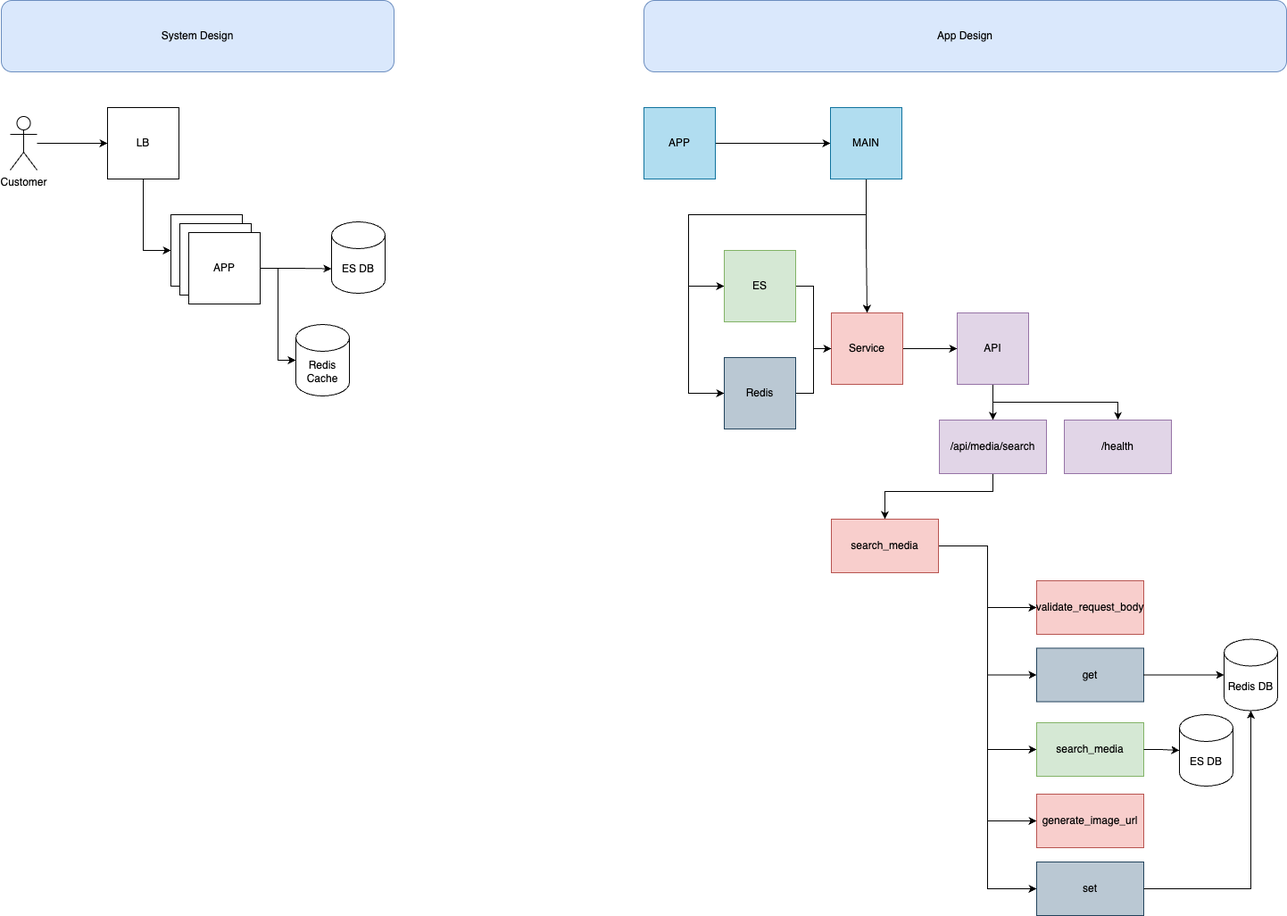
The draw.io diagram assets/images/imago-design.png in StephenDsouza90/imago-coding-challenge, before a commit. Source tidied: cells renumbered, new cells last; positions are measured from the earlier drawing's top-left corner, leaving out a move shared by most shapes.
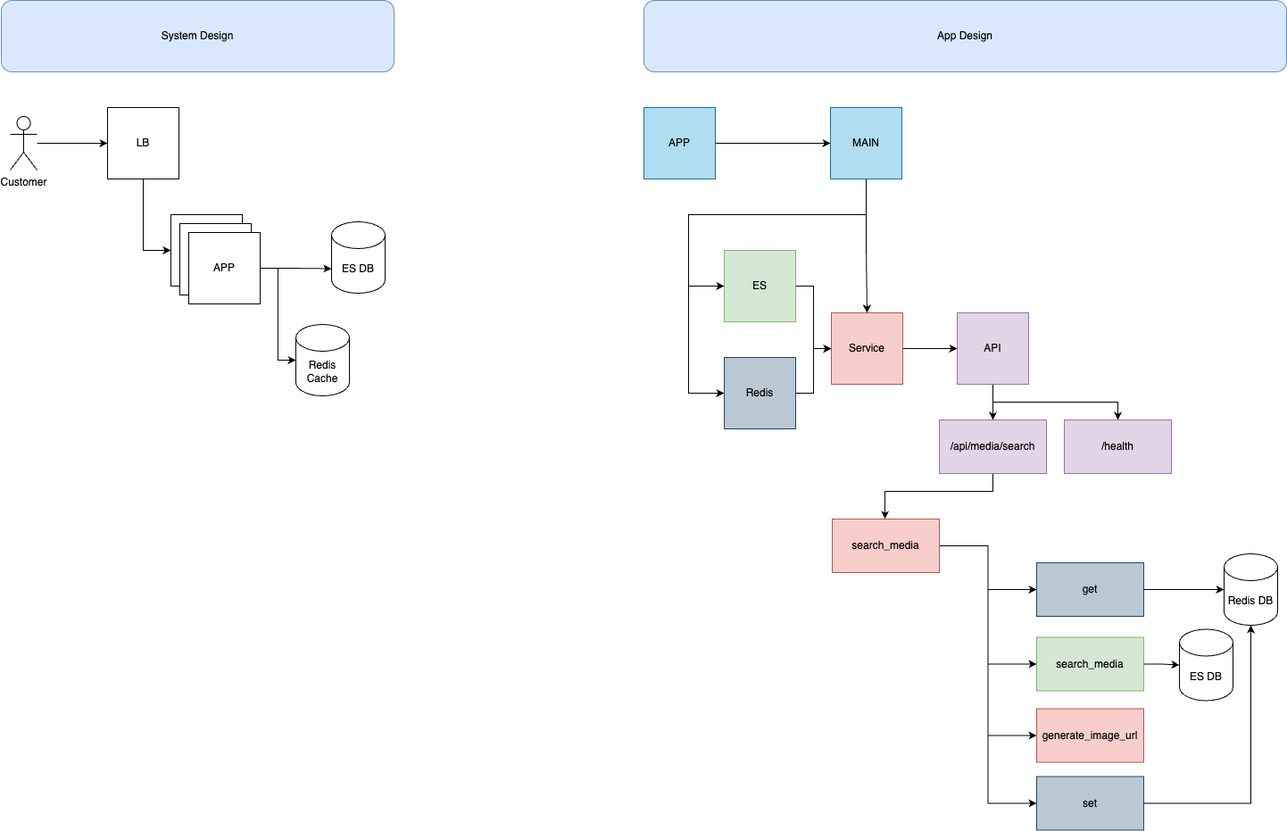
The same file after the commit.

Commit message:
Updated app design

What changed in the source:
```diff
@@ -93,9 +93,6 @@
     <mxCell id="24" value="/health" style="whiteSpace=wrap;html=1;fillColor=#e1d5e7;strokeColor=#9673a6;" parent="1" vertex="1">
       <mxGeometry x="1191" y="470" width="120" height="60" as="geometry" />
     </mxCell>
-    <mxCell id="25" style="edgeStyle=orthogonalEdgeStyle;rounded=0;jettySize=auto;html=1;entryX=0;entryY=0.5;entryDx=0;entryDy=0;" parent="1" edge="1" source="30" target="43">
-      <mxGeometry relative="1" as="geometry" />
-    </mxCell>
     <mxCell id="26" style="edgeStyle=orthogonalEdgeStyle;rounded=0;jettySize=auto;html=1;entryX=0;entryY=0.5;entryDx=0;entryDy=0;" parent="1" edge="1" source="30" target="44">
       <mxGeometry relative="1" as="geometry" />
     </mxCell>
@@ -109,16 +106,16 @@
       <mxGeometry relative="1" as="geometry" />
     </mxCell>
     <mxCell id="30" value="search_media" style="whiteSpace=wrap;html=1;fillColor=#f8cecc;strokeColor=#b85450;" parent="1" vertex="1">
-      <mxGeometry x="930" y="581" width="120" height="60" as="geometry" />
+      <mxGeometry x="931" y="581" width="120" height="60" as="geometry" />
     </mxCell>
     <mxCell id="31" value="search_media" style="whiteSpace=wrap;html=1;fillColor=#d5e8d4;strokeColor=#82b366;" parent="1" vertex="1">
-      <mxGeometry x="1160" y="809" width="120" height="60" as="geometry" />
+      <mxGeometry x="1160" y="713.5" width="120" height="60" as="geometry" />
     </mxCell>
     <mxCell id="32" value="generate_image_url" style="whiteSpace=wrap;html=1;fillColor=#f8cecc;strokeColor=#b85450;" parent="1" vertex="1">
-      <mxGeometry x="1160" y="889" width="120" height="60" as="geometry" />
+      <mxGeometry x="1160" y="793.5" width="120" height="60" as="geometry" />
     </mxCell>
     <mxCell id="33" value="ES DB" style="shape=cylinder3;whiteSpace=wrap;html=1;boundedLbl=1;backgroundOutline=1;size=15;" parent="1" vertex="1">
-      <mxGeometry x="1320" y="800" width="60" height="80" as="geometry" />
+      <mxGeometry x="1320" y="704.5" width="60" height="80" as="geometry" />
     </mxCell>
     <mxCell id="34" value="APP" style="whiteSpace=wrap;html=1;" parent="1" vertex="1">
       <mxGeometry x="200" y="250" width="80" height="80" as="geometry" />
@@ -145,16 +142,13 @@
       <mxGeometry x="810" y="400" width="80" height="80" as="geometry" />
     </mxCell>
     <mxCell id="42" value="Redis DB" style="shape=cylinder3;whiteSpace=wrap;html=1;boundedLbl=1;backgroundOutline=1;size=15;" parent="1" vertex="1">
-      <mxGeometry x="1370" y="715.5" width="60" height="80" as="geometry" />
+      <mxGeometry x="1370" y="620" width="60" height="80" as="geometry" />
     </mxCell>
-    <mxCell id="43" value="validate_request_body" style="whiteSpace=wrap;html=1;fillColor=#f8cecc;strokeColor=#b85450;" parent="1" vertex="1">
-      <mxGeometry x="1160" y="650" width="120" height="60" as="geometry" />
-    </mxCell>
     <mxCell id="44" value="get" style="whiteSpace=wrap;html=1;fillColor=#bac8d3;strokeColor=#23445d;" parent="1" vertex="1">
-      <mxGeometry x="1160" y="725.5" width="120" height="60" as="geometry" />
+      <mxGeometry x="1160" y="630" width="120" height="60" as="geometry" />
     </mxCell>
     <mxCell id="45" value="set" style="whiteSpace=wrap;html=1;fillColor=#bac8d3;strokeColor=#23445d;" parent="1" vertex="1">
-      <mxGeometry x="1160" y="965" width="120" height="60" as="geometry" />
+      <mxGeometry x="1160" y="869.5" width="120" height="60" as="geometry" />
     </mxCell>
     <mxCell id="46" style="edgeStyle=orthogonalEdgeStyle;rounded=0;jettySize=auto;html=1;entryX=0;entryY=0.5;entryDx=0;entryDy=0;entryPerimeter=0;" parent="1" edge="1" source="44" target="42">
       <mxGeometry relative="1" as="geometry" />
```
